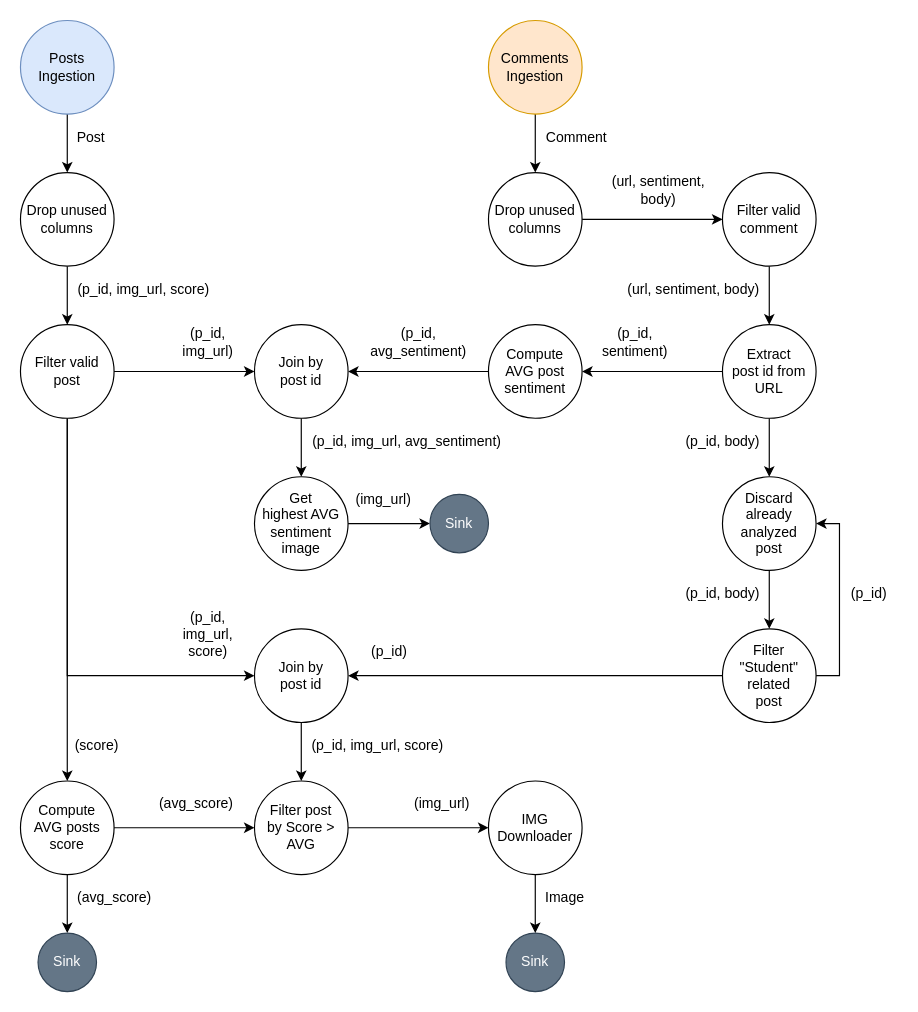
Above: TP2/docs/diagrams/DAG.drawio in mauro7x/distribuidos (draw.io), before the change. Source tidied: cells renumbered, new cells numbered last; positions are measured from the earlier drawing's top-left corner, leaving out a move shared by most shapes. Both pictures are drawn from the tidied source at 117%, with x=0, y=0 at pixel (20, 20).
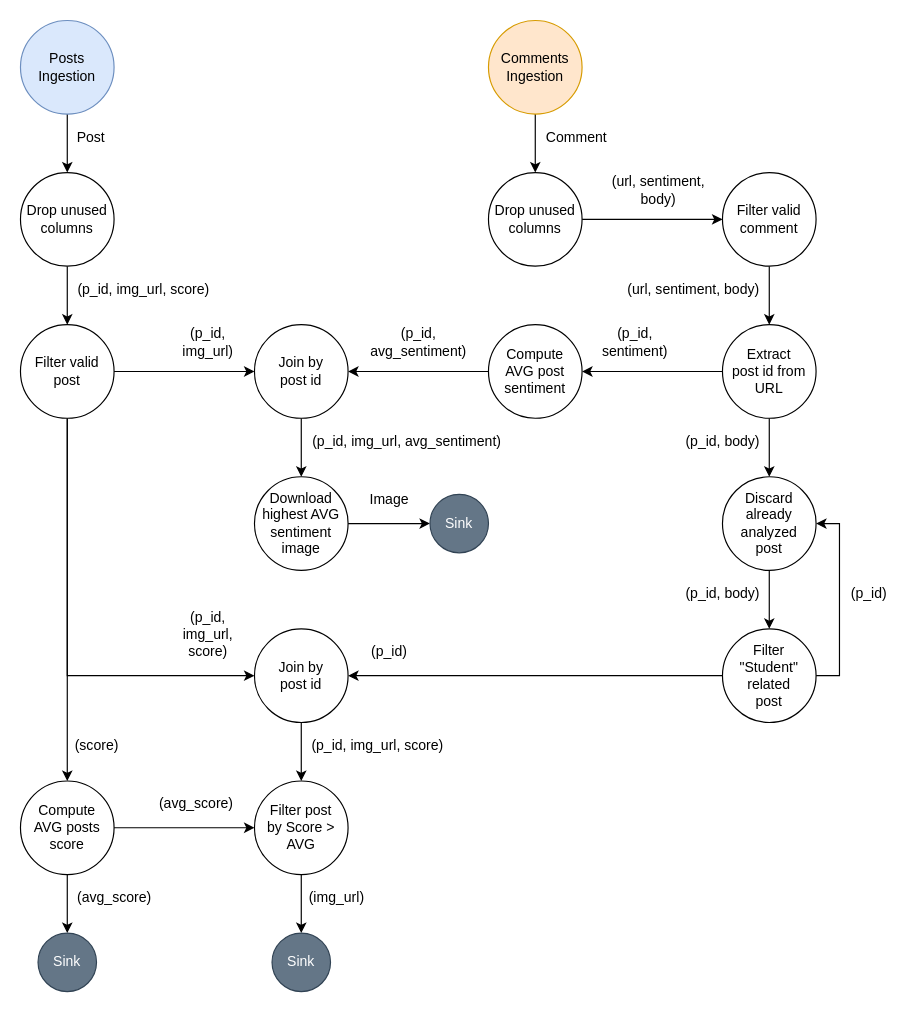
The same diagram, later.

Unchanged cells that the change refers to:
```xml
<mxCell id="41" value="Filter post&lt;br&gt;by Score &amp;gt; AVG" style="ellipse;whiteSpace=wrap;html=1;" parent="1" vertex="1">
  <mxGeometry x="200" y="650" width="80" height="80" as="geometry" />
</mxCell>
```

Diff of the diagram source:
```diff
@@
-    <mxCell id="31" value="Get&lt;br&gt;highest AVG sentiment image" style="ellipse;whiteSpace=wrap;html=1;" parent="1" vertex="1">
+    <mxCell id="31" value="Download&lt;br&gt;highest AVG sentiment image" style="ellipse;whiteSpace=wrap;html=1;" parent="1" vertex="1">
       <mxGeometry x="200" y="390" width="80" height="80" as="geometry" />
     </mxCell>
@@
-    <mxCell id="34" value="(img_url)" style="text;html=1;align=center;verticalAlign=middle;strokeColor=none;fillColor=none;" parent="1" vertex="1">
-      <mxGeometry x="280" y="400" width="60" height="20" as="geometry" />
+    <mxCell id="34" value="Image" style="text;html=1;align=center;verticalAlign=middle;strokeColor=none;fillColor=none;" parent="1" vertex="1">
+      <mxGeometry x="290" y="400" width="50" height="20" as="geometry" />
     </mxCell>
@@
-    <mxCell id="40" style="edgeStyle=orthogonalEdgeStyle;rounded=0;jettySize=auto;html=1;" parent="1" edge="1" source="41" target="61">
-      <mxGeometry relative="1" as="geometry" />
-    </mxCell>
+    <mxCell id="63" style="edgeStyle=orthogonalEdgeStyle;rounded=0;jettySize=auto;html=1;" parent="1" edge="1" source="41" target="51">
+      <mxGeometry relative="1" as="geometry" />
+    </mxCell>
@@
     <mxCell id="51" value="Sink" style="ellipse;whiteSpace=wrap;html=1;fillColor=#647687;fontColor=#ffffff;strokeColor=#314354;" parent="1" vertex="1">
-      <mxGeometry x="415" y="780" width="50" height="50" as="geometry" />
+      <mxGeometry x="215" y="780" width="50" height="50" as="geometry" />
     </mxCell>
     <mxCell id="52" value="(img_url)" style="text;html=1;align=center;verticalAlign=middle;strokeColor=none;fillColor=none;" parent="1" vertex="1">
-      <mxGeometry x="330" y="660" width="60" height="20" as="geometry" />
+      <mxGeometry x="240" y="740" width="60" height="20" as="geometry" />
     </mxCell>
@@
-    <mxCell id="60" style="edgeStyle=orthogonalEdgeStyle;rounded=0;jettySize=auto;html=1;" parent="1" edge="1" source="61" target="51">
-      <mxGeometry relative="1" as="geometry" />
-    </mxCell>
-    <mxCell id="61" value="IMG&lt;br&gt;Downloader" style="ellipse;whiteSpace=wrap;html=1;" parent="1" vertex="1">
-      <mxGeometry x="400" y="650" width="80" height="80" as="geometry" />
-    </mxCell>
-    <mxCell id="62" value="Image" style="text;html=1;align=center;verticalAlign=middle;strokeColor=none;fillColor=none;" parent="1" vertex="1">
-      <mxGeometry x="440" y="740" width="50" height="20" as="geometry" />
-    </mxCell>
```
